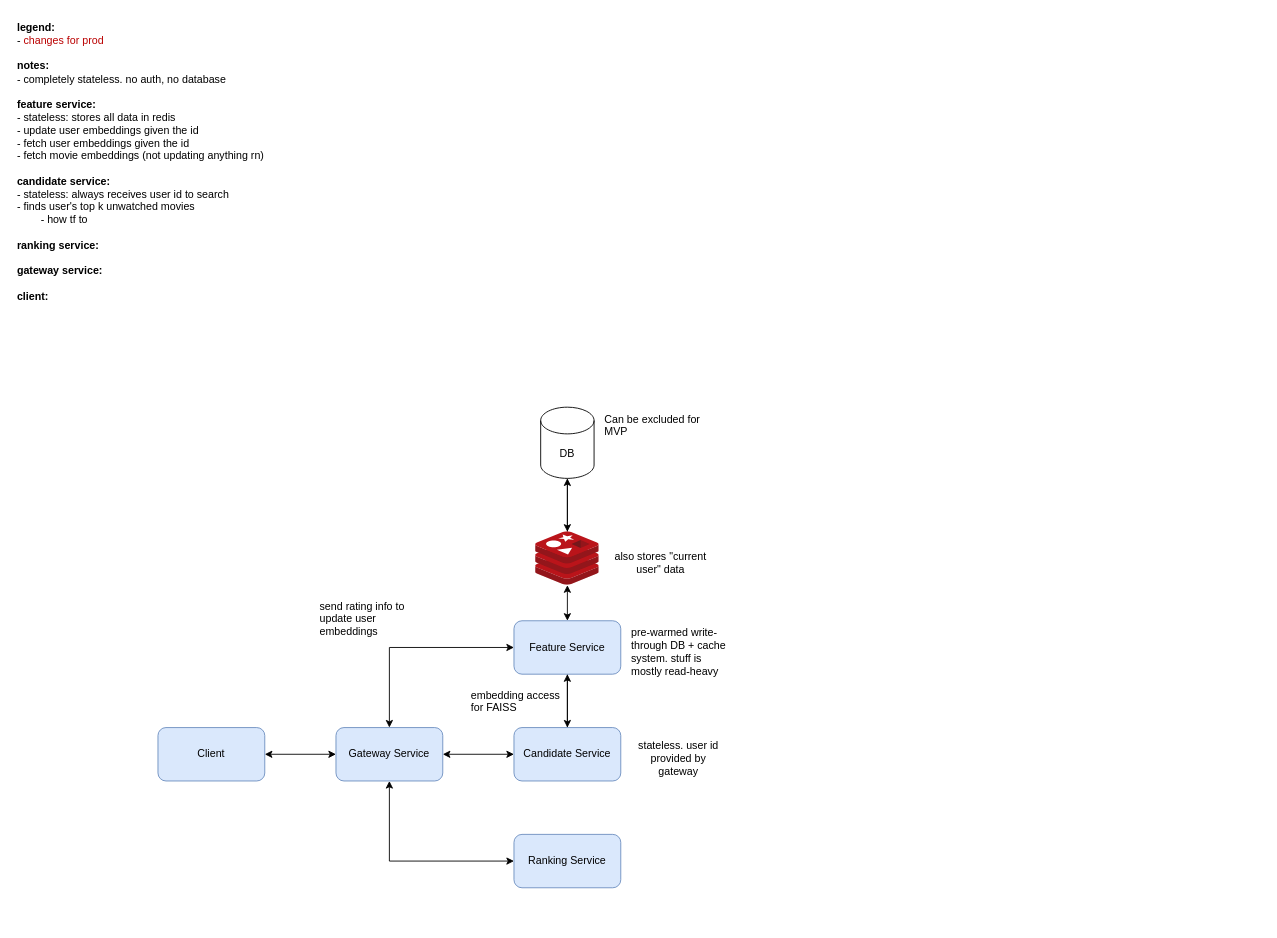
The draw.io diagram docs/mvp-microservices.drawio in AshkanArabim/movie-recommender, before the edit. Source tidied: cells renumbered, new cells numbered last; positions are measured from the earlier drawing's top-left corner, leaving out a move shared by most shapes. Both pictures are drawn from the tidied source at 89%, with x=0, y=0 at pixel (15, 15).
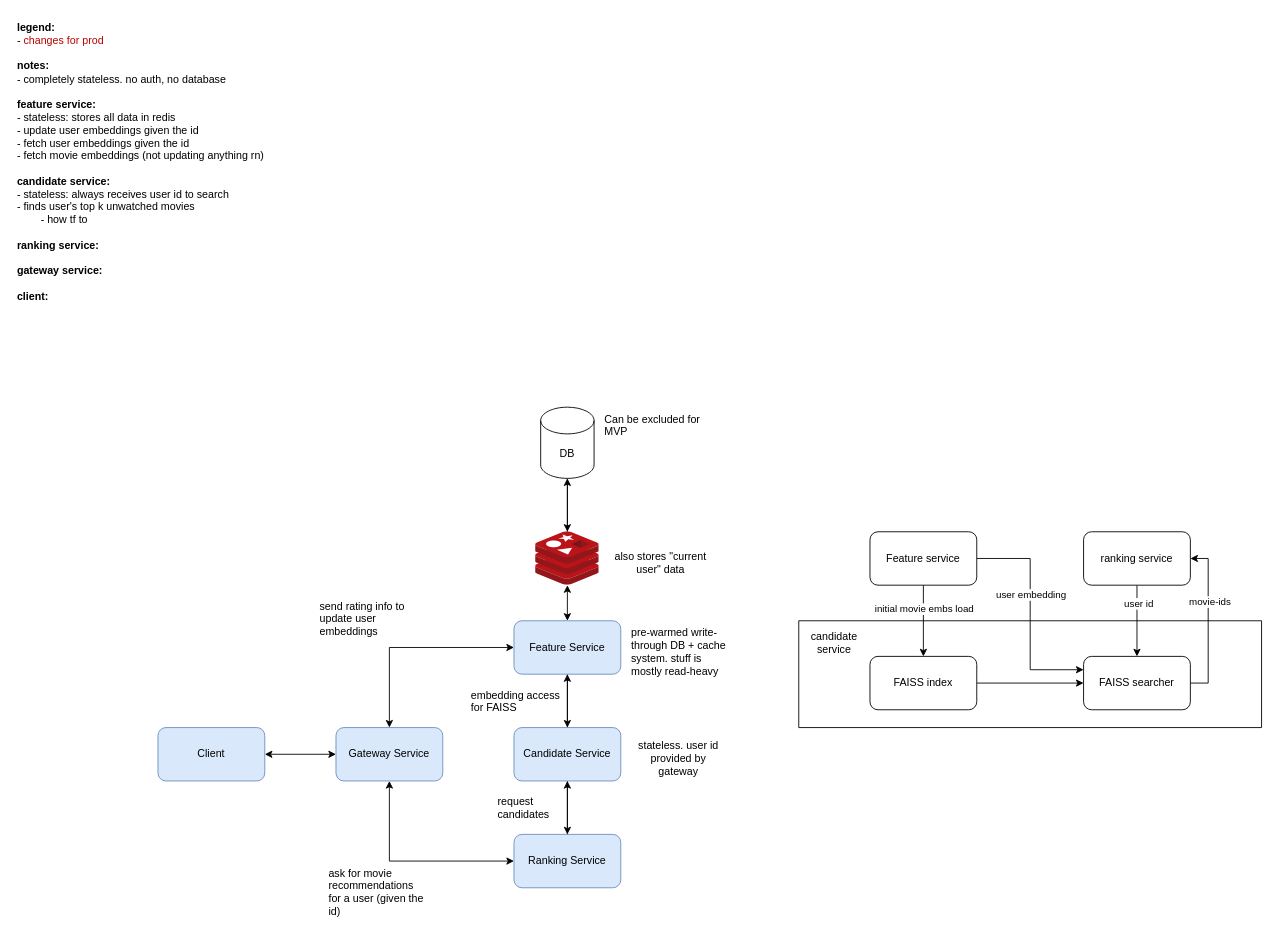
The same diagram, later.

The change refers to these unchanged cells:
```xml
<mxCell id="8" value="Candidate Service" style="rounded=1;whiteSpace=wrap;html=1;fillColor=#dae8fc;strokeColor=#6c8ebf;" parent="1" vertex="1">
  <mxGeometry x="560" y="800" width="120" height="60" as="geometry" />
</mxCell>
<mxCell id="10" value="Ranking Service" style="rounded=1;whiteSpace=wrap;html=1;fillColor=#dae8fc;strokeColor=#6c8ebf;" parent="1" vertex="1">
  <mxGeometry x="560" y="920" width="120" height="60" as="geometry" />
</mxCell>
<mxCell id="12" value="Gateway S&lt;span style=&quot;background-color: transparent; color: light-dark(rgb(0, 0, 0), rgb(255, 255, 255));&quot;&gt;ervice&lt;/span&gt;" style="rounded=1;whiteSpace=wrap;html=1;fillColor=#dae8fc;strokeColor=#6c8ebf;" parent="1" vertex="1">
  <mxGeometry x="360" y="800" width="120" height="60" as="geometry" />
</mxCell>
```

Diff of the diagram source:
```diff
@@
-    <mxCell id="6" style="edgeStyle=orthogonalEdgeStyle;rounded=0;jettySize=auto;html=1;startArrow=classic;startFill=1;" parent="1" edge="1" source="8" target="12">
-      <mxGeometry relative="1" as="geometry" />
-    </mxCell>
@@
+    <mxCell id="25" style="edgeStyle=orthogonalEdgeStyle;rounded=0;jettySize=auto;html=1;" parent="1" edge="1" source="8" target="10">
+      <mxGeometry relative="1" as="geometry" />
+    </mxCell>
@@
+    <mxCell id="26" style="edgeStyle=orthogonalEdgeStyle;rounded=0;jettySize=auto;html=1;" parent="1" edge="1" source="10" target="8">
+      <mxGeometry relative="1" as="geometry" />
+    </mxCell>
@@
+    <mxCell id="27" style="swimlane;startSize=0;" parent="1" vertex="1">
+      <mxGeometry x="880" y="680" width="520" height="120" as="geometry" />
+    </mxCell>
+    <mxCell id="28" value="FAISS searcher" style="rounded=1;whiteSpace=wrap;html=1;" parent="27" vertex="1">
+      <mxGeometry x="320" y="40" width="120" height="60" as="geometry" />
+    </mxCell>
+    <mxCell id="29" style="edgeStyle=orthogonalEdgeStyle;rounded=0;jettySize=auto;html=1;" parent="27" edge="1" source="30" target="28">
+      <mxGeometry relative="1" as="geometry" />
+    </mxCell>
+    <mxCell id="30" value="FAISS index" style="rounded=1;whiteSpace=wrap;html=1;" parent="27" vertex="1">
+      <mxGeometry x="80" y="40" width="120" height="60" as="geometry" />
+    </mxCell>
+    <mxCell id="31" value="candidate service" style="text;html=1;whiteSpace=wrap;strokeColor=none;fillColor=none;align=center;verticalAlign=middle;rounded=0;" parent="27" vertex="1">
+      <mxGeometry x="10" y="10" width="60" height="30" as="geometry" />
+    </mxCell>
+    <mxCell id="32" style="edgeStyle=orthogonalEdgeStyle;rounded=0;jettySize=auto;html=1;" parent="1" edge="1" source="36" target="30">
+      <mxGeometry relative="1" as="geometry" />
+    </mxCell>
+    <mxCell id="33" value="initial movie embs load" style="edgeLabel;html=1;align=center;verticalAlign=middle;" parent="32" vertex="1">
+      <mxGeometry x="-0.36" relative="1" as="geometry" />
+    </mxCell>
+    <mxCell id="34" style="edgeStyle=orthogonalEdgeStyle;rounded=0;jettySize=auto;html=1;entryX=0;entryY=0.25;entryDx=0;entryDy=0;" parent="1" edge="1" source="36" target="28">
+      <mxGeometry relative="1" as="geometry" />
+    </mxCell>
+    <mxCell id="35" value="user embedding" style="edgeLabel;html=1;align=center;verticalAlign=middle;" parent="34" vertex="1">
+      <mxGeometry x="-0.18" relative="1" as="geometry" />
+    </mxCell>
+    <mxCell id="36" value="Feature service" style="rounded=1;whiteSpace=wrap;html=1;" parent="1" vertex="1">
+      <mxGeometry x="960" y="580" width="120" height="60" as="geometry" />
+    </mxCell>
+    <mxCell id="37" style="edgeStyle=orthogonalEdgeStyle;rounded=0;jettySize=auto;html=1;" parent="1" edge="1" source="39" target="28">
+      <mxGeometry relative="1" as="geometry" />
+    </mxCell>
+    <mxCell id="38" value="user id" style="edgeLabel;html=1;align=center;verticalAlign=middle;" parent="37" vertex="1">
+      <mxGeometry x="-0.5" y="1" relative="1" as="geometry" />
+    </mxCell>
+    <mxCell id="39" value="ranking service" style="rounded=1;whiteSpace=wrap;html=1;" parent="1" vertex="1">
+      <mxGeometry x="1200" y="580" width="120" height="60" as="geometry" />
+    </mxCell>
+    <mxCell id="40" style="edgeStyle=orthogonalEdgeStyle;rounded=0;jettySize=auto;html=1;entryX=1;entryY=0.5;entryDx=0;entryDy=0;" parent="1" edge="1" source="28" target="39">
+      <mxGeometry relative="1" as="geometry">
+        <Array as="points">
+          <mxPoint x="1340" y="750" />
+          <mxPoint x="1340" y="610" />
+        </Array>
+      </mxGeometry>
+    </mxCell>
+    <mxCell id="41" value="movie-ids" style="edgeLabel;html=1;align=center;verticalAlign=middle;" parent="40" vertex="1">
+      <mxGeometry x="0.24" y="-1" relative="1" as="geometry" />
+    </mxCell>
+    <mxCell id="42" value="ask for movie recommendations for a user (given the id)" style="text;html=1;whiteSpace=wrap;strokeColor=none;fillColor=none;align=left;verticalAlign=top;rounded=0;" parent="1" vertex="1">
+      <mxGeometry x="350" y="950" width="110" height="70" as="geometry" />
+    </mxCell>
+    <mxCell id="43" value="request candidates" style="text;html=1;whiteSpace=wrap;strokeColor=none;fillColor=none;align=left;verticalAlign=top;rounded=0;" parent="1" vertex="1">
+      <mxGeometry x="540" y="870" width="80" height="40" as="geometry" />
+    </mxCell>
```
